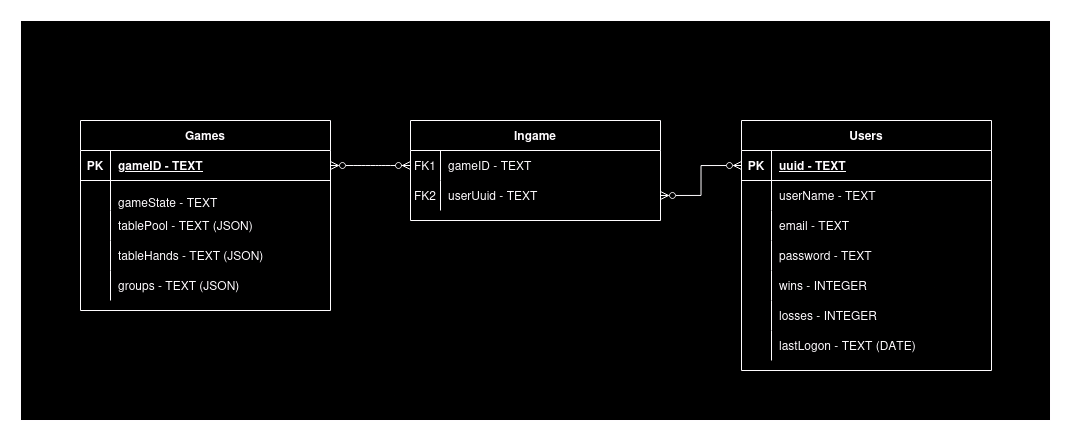
This is ER_Diagram_Preliminary.png from wiz-rd/Rummikub, a draw.io export, as it was before one commit. Source tidied: cells renumbered, new cells last; positions are measured from the earlier drawing's top-left corner, leaving out a move shared by most shapes. Source of this version:
```xml
<mxGraphModel>
  <root>
    <mxCell id="0" />
    <mxCell id="1" parent="0" />
    <mxCell id="2" style="rounded=0;whiteSpace=wrap;html=1;" parent="1" vertex="1">
      <mxGeometry width="1030" height="400" as="geometry" />
    </mxCell>
    <mxCell id="3" style="edgeStyle=entityRelationEdgeStyle;endArrow=ERzeroToMany;startArrow=ERzeroToMany;endFill=1;startFill=0;" parent="1" edge="1" source="35" target="6">
      <mxGeometry relative="1" as="geometry" />
    </mxCell>
    <mxCell id="4" style="edgeStyle=entityRelationEdgeStyle;endArrow=ERzeroToMany;startArrow=ERone;endFill=1;startFill=0;" parent="1" edge="1" source="x" target="16">
      <mxGeometry relative="1" as="geometry" />
    </mxCell>
    <mxCell id="5" value="Ingame" style="shape=table;startSize=30;rowLines=0;fontStyle=1;align=center;" parent="1" vertex="1">
      <mxGeometry x="390" y="100" width="250" height="100" as="geometry" />
    </mxCell>
    <mxCell id="6" style="shape=partialRectangle;fillColor=none;points=[[0,0.5],[1,0.5]];portConstraint=eastwest;top=0;left=0;right=0;bottom=0;" parent="5" vertex="1">
      <mxGeometry y="30" width="250" height="30" as="geometry" />
    </mxCell>
    <mxCell id="7" value="FK1" style="shape=partialRectangle;overflow=hidden;fillColor=none;top=0;left=0;bottom=0;right=0;" parent="6" vertex="1">
      <mxGeometry width="30" height="30" as="geometry" />
    </mxCell>
    <mxCell id="8" value="gameID - TEXT" style="shape=partialRectangle;overflow=hidden;fillColor=none;top=0;left=0;bottom=0;right=0;align=left;spacingLeft=6;" parent="6" vertex="1">
      <mxGeometry x="30" width="220" height="30" as="geometry" />
    </mxCell>
    <mxCell id="9" style="shape=partialRectangle;fillColor=none;top=0;left=0;right=0;bottom=0;" parent="5" vertex="1">
      <mxGeometry y="60" width="250" height="30" as="geometry" />
    </mxCell>
    <mxCell id="10" value="FK2" style="shape=partialRectangle;overflow=hidden;fillColor=none;top=0;left=0;bottom=0;right=0;" parent="9" vertex="1">
      <mxGeometry width="30" height="30" as="geometry" />
    </mxCell>
    <mxCell id="11" value="userUuid - TEXT" style="shape=partialRectangle;overflow=hidden;fillColor=none;top=0;left=0;bottom=0;right=0;align=left;spacingLeft=6;" parent="9" vertex="1">
      <mxGeometry x="30" width="220" height="30" as="geometry" />
    </mxCell>
    <mxCell id="12" value="Users" style="shape=table;startSize=30;rowLines=0;fontStyle=1;align=center;" parent="1" vertex="1">
      <mxGeometry x="721" y="100" width="250" height="250" as="geometry" />
    </mxCell>
    <mxCell id="13" style="shape=partialRectangle;fillColor=none;points=[[0,0.5],[1,0.5]];portConstraint=eastwest;top=0;left=0;right=0;bottom=1;" parent="12" vertex="1">
      <mxGeometry y="30" width="250" height="30" as="geometry" />
    </mxCell>
    <mxCell id="14" value="PK" style="shape=partialRectangle;overflow=hidden;fillColor=none;top=0;left=0;bottom=0;right=0;fontStyle=1;" parent="13" vertex="1">
      <mxGeometry width="30" height="30" as="geometry" />
    </mxCell>
    <mxCell id="15" value="uuid - TEXT" style="shape=partialRectangle;overflow=hidden;fillColor=none;top=0;left=0;bottom=0;right=0;align=left;spacingLeft=6;fontStyle=5;" parent="13" vertex="1">
      <mxGeometry x="30" width="220" height="30" as="geometry" />
    </mxCell>
    <mxCell id="16" style="shape=partialRectangle;fillColor=none;points=[[0,0.5],[1,0.5]];portConstraint=eastwest;top=0;left=0;right=0;bottom=0;" parent="12" vertex="1">
      <mxGeometry y="60" width="250" height="30" as="geometry" />
    </mxCell>
    <mxCell id="17" style="shape=partialRectangle;overflow=hidden;fillColor=none;top=0;left=0;bottom=0;right=0;" parent="16" vertex="1">
      <mxGeometry width="30" height="30" as="geometry" />
    </mxCell>
    <mxCell id="18" value="userName - TEXT" style="shape=partialRectangle;overflow=hidden;fillColor=none;top=0;left=0;bottom=0;right=0;align=left;spacingLeft=6;" parent="16" vertex="1">
      <mxGeometry x="30" width="220" height="30" as="geometry" />
    </mxCell>
    <mxCell id="19" style="shape=partialRectangle;fillColor=none;top=0;left=0;right=0;bottom=0;" parent="12" vertex="1">
      <mxGeometry y="90" width="250" height="30" as="geometry" />
    </mxCell>
    <mxCell id="20" style="shape=partialRectangle;overflow=hidden;fillColor=none;top=0;left=0;bottom=0;right=0;" parent="19" vertex="1">
      <mxGeometry width="30" height="30" as="geometry" />
    </mxCell>
    <mxCell id="21" value="email - TEXT" style="shape=partialRectangle;overflow=hidden;fillColor=none;top=0;left=0;bottom=0;right=0;align=left;spacingLeft=6;" parent="19" vertex="1">
      <mxGeometry x="30" width="220" height="30" as="geometry" />
    </mxCell>
    <mxCell id="22" style="shape=partialRectangle;fillColor=none;top=0;left=0;right=0;bottom=0;" parent="12" vertex="1">
      <mxGeometry y="120" width="250" height="30" as="geometry" />
    </mxCell>
    <mxCell id="23" style="shape=partialRectangle;overflow=hidden;fillColor=none;top=0;left=0;bottom=0;right=0;" parent="22" vertex="1">
      <mxGeometry width="30" height="30" as="geometry" />
    </mxCell>
    <mxCell id="24" value="password - TEXT" style="shape=partialRectangle;overflow=hidden;fillColor=none;top=0;left=0;bottom=0;right=0;align=left;spacingLeft=6;" parent="22" vertex="1">
      <mxGeometry x="30" width="220" height="30" as="geometry" />
    </mxCell>
    <mxCell id="25" style="shape=partialRectangle;fillColor=none;top=0;left=0;right=0;bottom=0;" parent="12" vertex="1">
      <mxGeometry y="150" width="250" height="30" as="geometry" />
    </mxCell>
    <mxCell id="26" style="shape=partialRectangle;overflow=hidden;fillColor=none;top=0;left=0;bottom=0;right=0;" parent="25" vertex="1">
      <mxGeometry width="30" height="30" as="geometry" />
    </mxCell>
    <mxCell id="27" value="wins - INTEGER" style="shape=partialRectangle;overflow=hidden;fillColor=none;top=0;left=0;bottom=0;right=0;align=left;spacingLeft=6;" parent="25" vertex="1">
      <mxGeometry x="30" width="220" height="30" as="geometry" />
    </mxCell>
    <mxCell id="28" style="shape=partialRectangle;fillColor=none;top=0;left=0;right=0;bottom=0;" parent="12" vertex="1">
      <mxGeometry y="180" width="250" height="30" as="geometry" />
    </mxCell>
    <mxCell id="29" style="shape=partialRectangle;overflow=hidden;fillColor=none;top=0;left=0;bottom=0;right=0;" parent="28" vertex="1">
      <mxGeometry width="30" height="30" as="geometry" />
    </mxCell>
    <mxCell id="30" value="losses - INTEGER" style="shape=partialRectangle;overflow=hidden;fillColor=none;top=0;left=0;bottom=0;right=0;align=left;spacingLeft=6;" parent="28" vertex="1">
      <mxGeometry x="30" width="220" height="30" as="geometry" />
    </mxCell>
    <mxCell id="31" style="shape=partialRectangle;fillColor=none;top=0;left=0;right=0;bottom=0;" parent="12" vertex="1">
      <mxGeometry y="210" width="250" height="30" as="geometry" />
    </mxCell>
    <mxCell id="32" style="shape=partialRectangle;overflow=hidden;fillColor=none;top=0;left=0;bottom=0;right=0;" parent="31" vertex="1">
      <mxGeometry width="30" height="30" as="geometry" />
    </mxCell>
    <mxCell id="33" value="lastLogon - TEXT (DATE)" style="shape=partialRectangle;overflow=hidden;fillColor=none;top=0;left=0;bottom=0;right=0;align=left;spacingLeft=6;" parent="31" vertex="1">
      <mxGeometry x="30" width="220" height="30" as="geometry" />
    </mxCell>
    <mxCell id="34" value="Games" style="shape=table;startSize=30;rowLines=0;fontStyle=1;align=center;" parent="1" vertex="1">
      <mxGeometry x="60" y="100" width="250" height="190" as="geometry" />
    </mxCell>
    <mxCell id="35" style="shape=partialRectangle;fillColor=none;points=[[0,0.5],[1,0.5]];portConstraint=eastwest;top=0;left=0;right=0;bottom=1;" parent="34" vertex="1">
      <mxGeometry y="30" width="250" height="30" as="geometry" />
    </mxCell>
    <mxCell id="36" value="PK" style="shape=partialRectangle;overflow=hidden;fillColor=none;top=0;left=0;bottom=0;right=0;fontStyle=1;" parent="35" vertex="1">
      <mxGeometry width="30" height="30" as="geometry" />
    </mxCell>
    <mxCell id="37" value="gameID - TEXT" style="shape=partialRectangle;overflow=hidden;fillColor=none;top=0;left=0;bottom=0;right=0;align=left;spacingLeft=6;fontStyle=5;" parent="35" vertex="1">
      <mxGeometry x="30" width="220" height="30" as="geometry" />
    </mxCell>
    <mxCell id="38" style="shape=partialRectangle;fillColor=none;top=0;left=0;right=0;bottom=0;" parent="34" vertex="1">
      <mxGeometry y="60" width="250" height="30" as="geometry" />
    </mxCell>
    <mxCell id="39" style="shape=partialRectangle;overflow=hidden;fillColor=none;top=0;left=0;bottom=0;right=0;" parent="38" vertex="1">
      <mxGeometry width="30" height="30" as="geometry" />
    </mxCell>
    <mxCell id="40" value="&#10;gameState - TEXT" style="shape=partialRectangle;overflow=hidden;fillColor=none;top=0;left=0;bottom=0;right=0;align=left;spacingLeft=6;" parent="38" vertex="1">
      <mxGeometry x="30" width="220" height="30" as="geometry" />
    </mxCell>
    <mxCell id="41" style="shape=partialRectangle;fillColor=none;top=0;left=0;right=0;bottom=0;" parent="34" vertex="1">
      <mxGeometry y="90" width="250" height="30" as="geometry" />
    </mxCell>
    <mxCell id="42" style="shape=partialRectangle;overflow=hidden;fillColor=none;top=0;left=0;bottom=0;right=0;" parent="41" vertex="1">
      <mxGeometry width="30" height="30" as="geometry" />
    </mxCell>
    <mxCell id="43" value="tablePool - TEXT (JSON)" style="shape=partialRectangle;overflow=hidden;fillColor=none;top=0;left=0;bottom=0;right=0;align=left;spacingLeft=6;" parent="41" vertex="1">
      <mxGeometry x="30" width="220" height="30" as="geometry" />
    </mxCell>
    <mxCell id="44" style="shape=partialRectangle;fillColor=none;top=0;left=0;right=0;bottom=0;" parent="34" vertex="1">
      <mxGeometry y="120" width="250" height="30" as="geometry" />
    </mxCell>
    <mxCell id="45" style="shape=partialRectangle;overflow=hidden;fillColor=none;top=0;left=0;bottom=0;right=0;" parent="44" vertex="1">
      <mxGeometry width="30" height="30" as="geometry" />
    </mxCell>
    <mxCell id="46" value="tableHands - TEXT (JSON)" style="shape=partialRectangle;overflow=hidden;fillColor=none;top=0;left=0;bottom=0;right=0;align=left;spacingLeft=6;" parent="44" vertex="1">
      <mxGeometry x="30" width="220" height="30" as="geometry" />
    </mxCell>
    <mxCell id="47" style="shape=partialRectangle;fillColor=none;top=0;left=0;right=0;bottom=0;" parent="34" vertex="1">
      <mxGeometry y="150" width="250" height="30" as="geometry" />
    </mxCell>
    <mxCell id="48" style="shape=partialRectangle;overflow=hidden;fillColor=none;top=0;left=0;bottom=0;right=0;" parent="47" vertex="1">
      <mxGeometry width="30" height="30" as="geometry" />
    </mxCell>
    <mxCell id="49" value="groups - TEXT (JSON)" style="shape=partialRectangle;overflow=hidden;fillColor=none;top=0;left=0;bottom=0;right=0;align=left;spacingLeft=6;" parent="47" vertex="1">
      <mxGeometry x="30" width="220" height="30" as="geometry" />
    </mxCell>
    <mxCell id="50" style="edgeStyle=orthogonalEdgeStyle;rounded=0;jettySize=auto;html=1;exitX=0;exitY=0.5;exitDx=0;exitDy=0;entryX=1;entryY=0.75;entryDx=0;entryDy=0;startArrow=ERzeroToMany;startFill=0;endArrow=ERzeroToMany;endFill=0;" parent="1" edge="1" source="13" target="5">
      <mxGeometry relative="1" as="geometry" />
    </mxCell>
  </root>
</mxGraphModel>
```
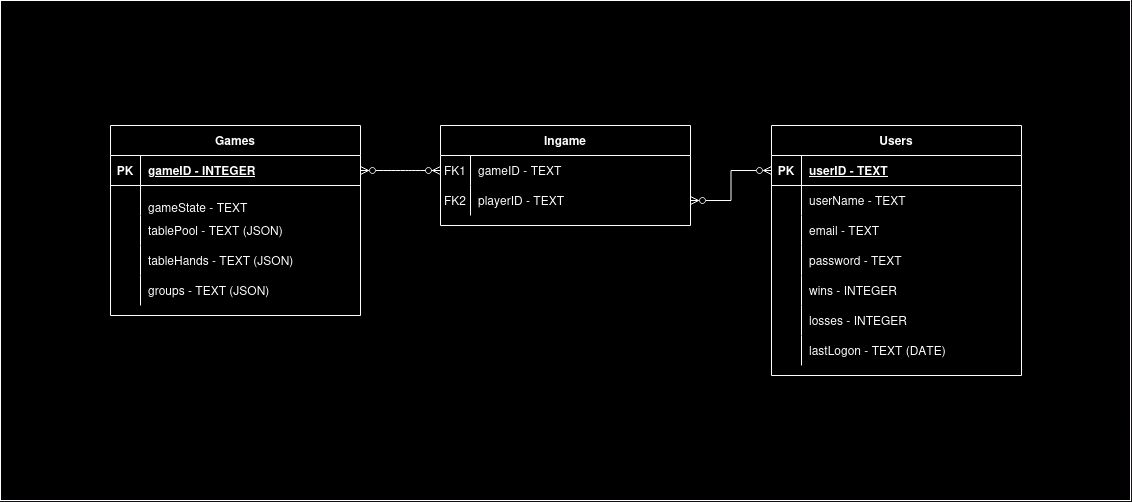
The same diagram one commit later.

The edit, as a diff of the source:
```diff
@@ -3,14 +3,11 @@
     <mxCell id="0" />
     <mxCell id="1" parent="0" />
     <mxCell id="2" style="rounded=0;whiteSpace=wrap;html=1;" parent="1" vertex="1">
-      <mxGeometry width="1030" height="400" as="geometry" />
+      <mxGeometry x="-50" y="-25" width="1130" height="500" as="geometry" />
     </mxCell>
     <mxCell id="3" style="edgeStyle=entityRelationEdgeStyle;endArrow=ERzeroToMany;startArrow=ERzeroToMany;endFill=1;startFill=0;" parent="1" edge="1" source="35" target="6">
       <mxGeometry relative="1" as="geometry" />
     </mxCell>
-    <mxCell id="4" style="edgeStyle=entityRelationEdgeStyle;endArrow=ERzeroToMany;startArrow=ERone;endFill=1;startFill=0;" parent="1" edge="1" source="x" target="16">
-      <mxGeometry relative="1" as="geometry" />
-    </mxCell>
     <mxCell id="5" value="Ingame" style="shape=table;startSize=30;rowLines=0;fontStyle=1;align=center;" parent="1" vertex="1">
       <mxGeometry x="390" y="100" width="250" height="100" as="geometry" />
     </mxCell>
@@ -29,7 +26,7 @@
     <mxCell id="10" value="FK2" style="shape=partialRectangle;overflow=hidden;fillColor=none;top=0;left=0;bottom=0;right=0;" parent="9" vertex="1">
       <mxGeometry width="30" height="30" as="geometry" />
     </mxCell>
-    <mxCell id="11" value="userUuid - TEXT" style="shape=partialRectangle;overflow=hidden;fillColor=none;top=0;left=0;bottom=0;right=0;align=left;spacingLeft=6;" parent="9" vertex="1">
+    <mxCell id="11" value="playerID - TEXT" style="shape=partialRectangle;overflow=hidden;fillColor=none;top=0;left=0;bottom=0;right=0;align=left;spacingLeft=6;" parent="9" vertex="1">
       <mxGeometry x="30" width="220" height="30" as="geometry" />
     </mxCell>
     <mxCell id="12" value="Users" style="shape=table;startSize=30;rowLines=0;fontStyle=1;align=center;" parent="1" vertex="1">
@@ -41,7 +38,7 @@
     <mxCell id="14" value="PK" style="shape=partialRectangle;overflow=hidden;fillColor=none;top=0;left=0;bottom=0;right=0;fontStyle=1;" parent="13" vertex="1">
       <mxGeometry width="30" height="30" as="geometry" />
     </mxCell>
-    <mxCell id="15" value="uuid - TEXT" style="shape=partialRectangle;overflow=hidden;fillColor=none;top=0;left=0;bottom=0;right=0;align=left;spacingLeft=6;fontStyle=5;" parent="13" vertex="1">
+    <mxCell id="15" value="userID - TEXT" style="shape=partialRectangle;overflow=hidden;fillColor=none;top=0;left=0;bottom=0;right=0;align=left;spacingLeft=6;fontStyle=5;" parent="13" vertex="1">
       <mxGeometry x="30" width="220" height="30" as="geometry" />
     </mxCell>
     <mxCell id="16" style="shape=partialRectangle;fillColor=none;points=[[0,0.5],[1,0.5]];portConstraint=eastwest;top=0;left=0;right=0;bottom=0;" parent="12" vertex="1">
@@ -107,7 +104,7 @@
     <mxCell id="36" value="PK" style="shape=partialRectangle;overflow=hidden;fillColor=none;top=0;left=0;bottom=0;right=0;fontStyle=1;" parent="35" vertex="1">
       <mxGeometry width="30" height="30" as="geometry" />
     </mxCell>
-    <mxCell id="37" value="gameID - TEXT" style="shape=partialRectangle;overflow=hidden;fillColor=none;top=0;left=0;bottom=0;right=0;align=left;spacingLeft=6;fontStyle=5;" parent="35" vertex="1">
+    <mxCell id="37" value="gameID - INTEGER" style="shape=partialRectangle;overflow=hidden;fillColor=none;top=0;left=0;bottom=0;right=0;align=left;spacingLeft=6;fontStyle=5;" parent="35" vertex="1">
       <mxGeometry x="30" width="220" height="30" as="geometry" />
     </mxCell>
     <mxCell id="38" style="shape=partialRectangle;fillColor=none;top=0;left=0;right=0;bottom=0;" parent="34" vertex="1">
```
